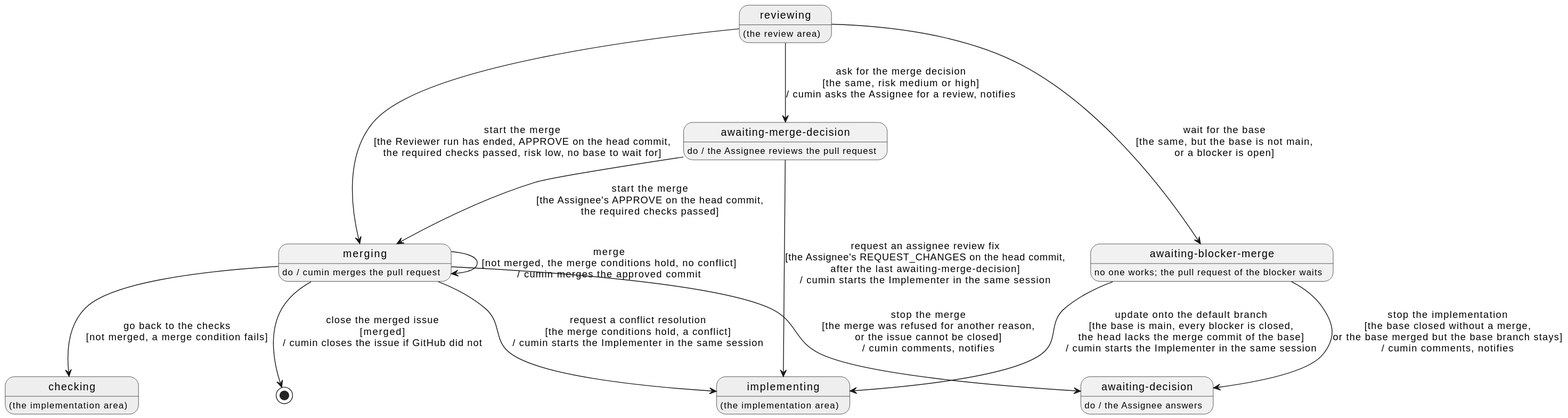
This is docs/ja/requirements/merge/overview.svg from cloveclovedev/cumin-works, a PlantUML export, as it was before one commit.
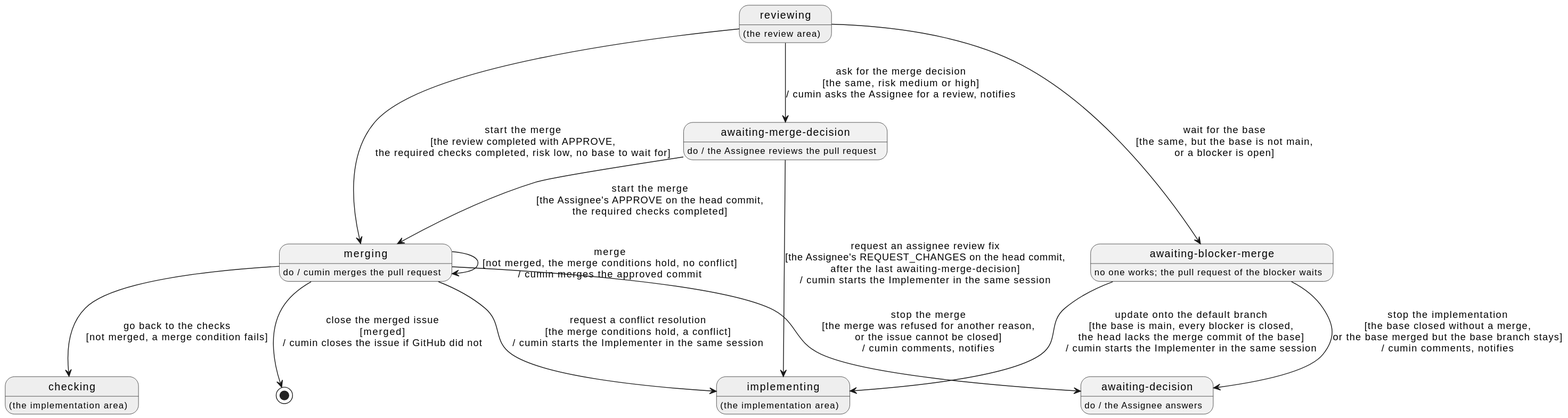
The same diagram one commit later.

Commit message:
docs(requirements): let the Reviewer of the last round ask the Assignee directly

What changed in the source:
```diff
@@ -23,9 +23,9 @@
 state "awaiting-decision" as Decision
 Decision : do / the Assignee answers
 
-Reviewing --> Merging : start the merge\n[the Reviewer run has ended, APPROVE on the head commit,\nthe required checks passed, risk low, no base to wait for]
+Reviewing --> Merging : start the merge\n[the review completed with APPROVE,\nthe required checks completed, risk low, no base to wait for]
 Reviewing --> MergeDecision : ask for the merge decision\n[the same, risk medium or high]\n/ cumin asks the Assignee for a review, notifies
-MergeDecision --> Merging : start the merge\n[the Assignee's APPROVE on the head commit,\nthe required checks passed]
+MergeDecision --> Merging : start the merge\n[the Assignee's APPROVE on the head commit,\nthe required checks completed]
 MergeDecision --> Implementing : request an assignee review fix\n[the Assignee's REQUEST_CHANGES on the head commit,\nafter the last awaiting-merge-decision]\n/ cumin starts the Implementer in the same session
 Reviewing --> AwaitingBase : wait for the base\n[the same, but the base is not main,\nor a blocker is open]
 AwaitingBase --> Implementing : update onto the default branch\n[the base is main, every blocker is closed,\nthe head lacks the merge commit of the base]\n/ cumin starts the Implementer in the same session
```
